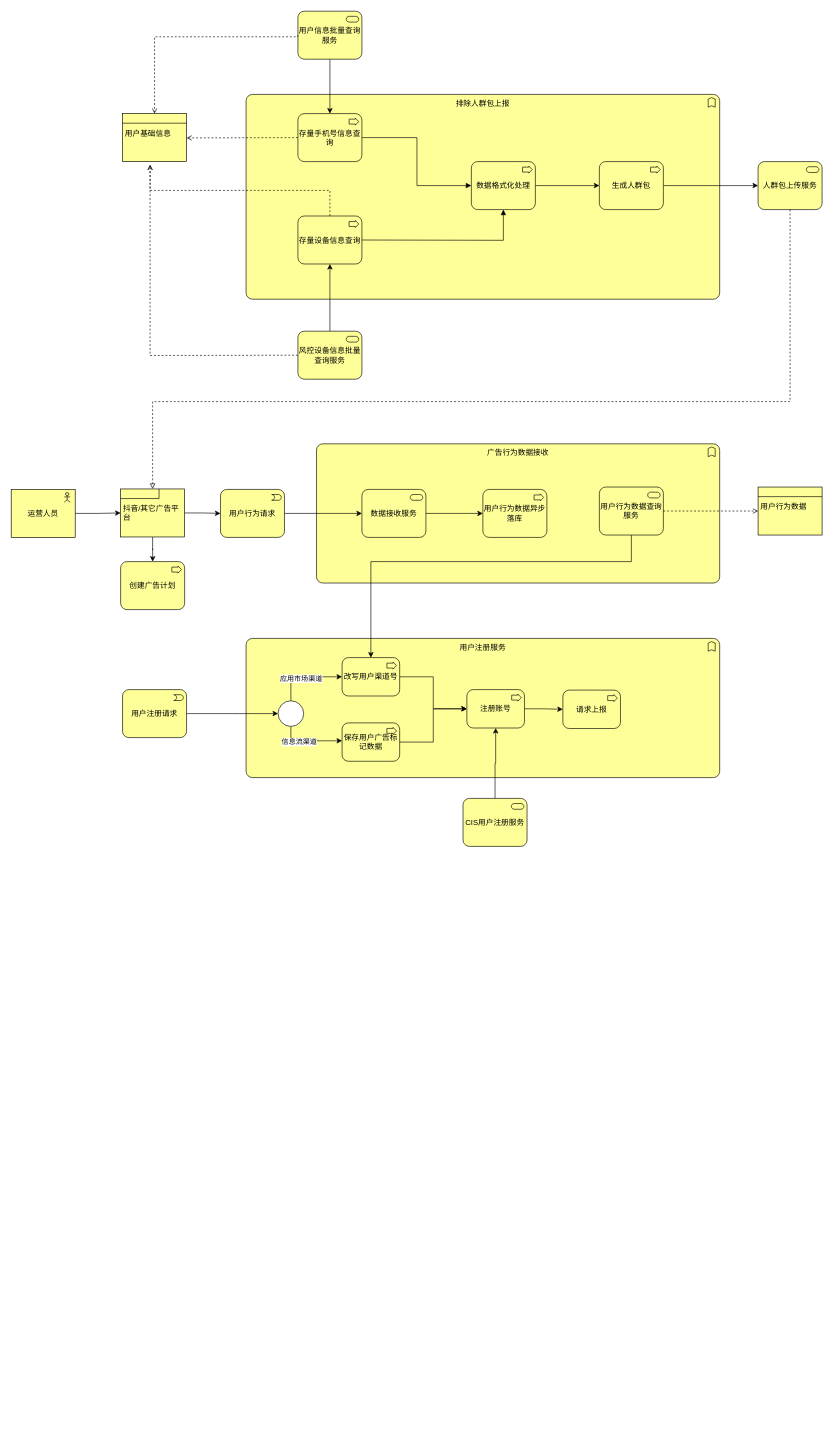
This is 广告投放-业务建模.drawio from yuanlj-tea/picgo, a draw.io file, before an edit. Source tidied: cells renumbered, new cells numbered last; positions are measured from the earlier drawing's top-left corner, leaving out a move shared by most shapes. Both pictures are drawn from the tidied source at 64%, with x=0, y=0 at pixel (11, 11).
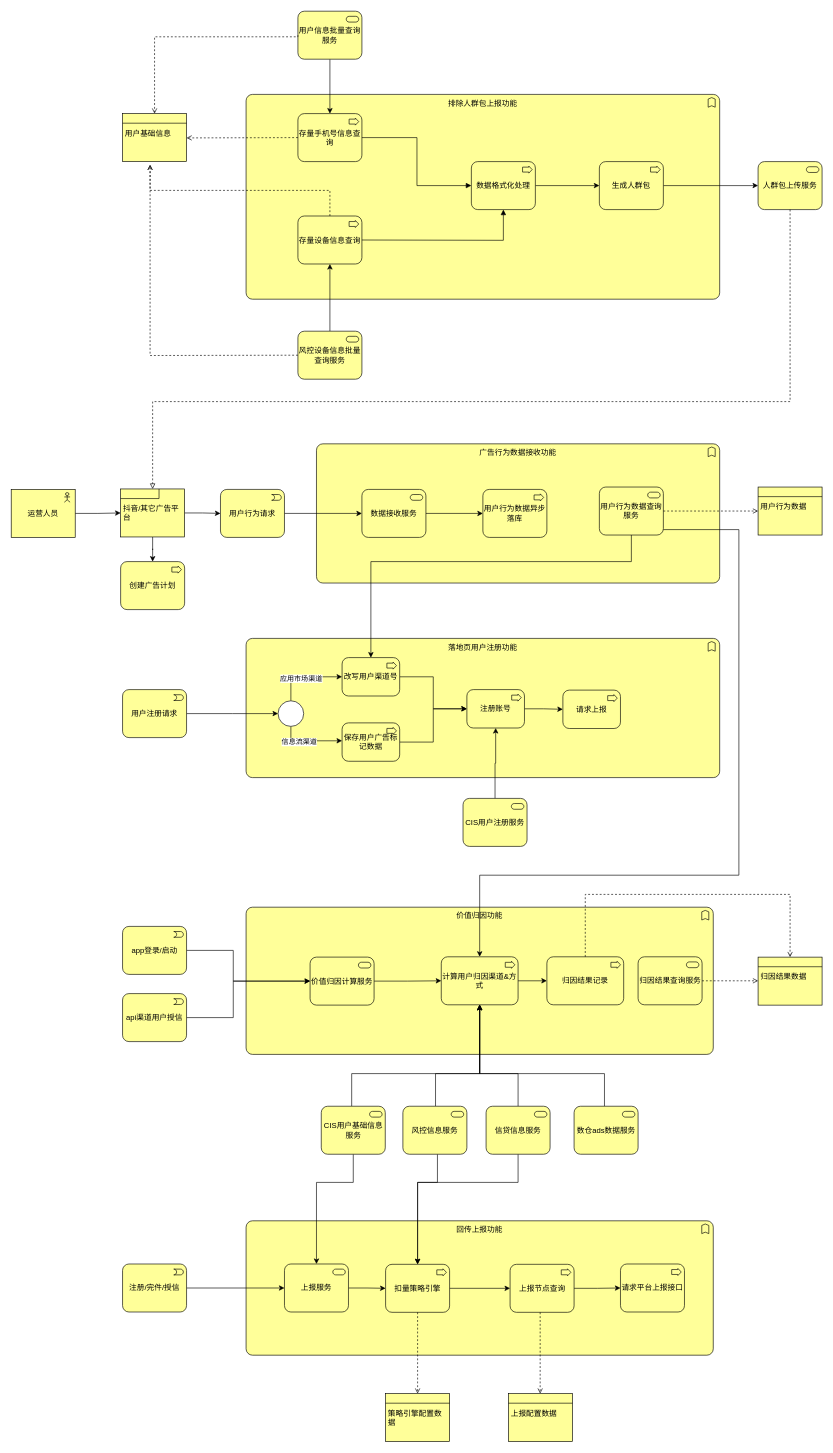
After the change.

Commit message:
更新广告投放-业务建模.drawio

Unchanged cells that the change refers to:
```xml
<mxCell id="30" value="用户行为数据查询服务" style="html=1;outlineConnect=0;whiteSpace=wrap;fillColor=#ffff99;shape=mxgraph.archimate.business;busType=service;" parent="1" vertex="1">
  <mxGeometry x="919" y="743.5" width="100" height="75" as="geometry" />
</mxCell>
```

Change to the diagram source:
```diff
@@
+    <mxCell id="55" value="回传上报功能" style="html=1;whiteSpace=wrap;fillColor=#ffff99;shape=mxgraph.archimate.business;busType=function;verticalAlign=top;" parent="1" vertex="1">
+      <mxGeometry x="367" y="1890" width="730" height="210" as="geometry" />
+    </mxCell>
+    <mxCell id="56" value="价值归因功能" style="html=1;whiteSpace=wrap;fillColor=#ffff99;shape=mxgraph.archimate.business;busType=function;verticalAlign=top;" parent="1" vertex="1">
+      <mxGeometry x="367" y="1400" width="730" height="230" as="geometry" />
+    </mxCell>
-    <mxCell id="2" value="&lt;div style=&quot;&quot;&gt;&lt;span style=&quot;background-color: initial;&quot;&gt;排除人群包上报&lt;/span&gt;&lt;/div&gt;" style="html=1;whiteSpace=wrap;fillColor=#ffff99;shape=mxgraph.archimate.business;busType=function;align=center;verticalAlign=top;" parent="1" vertex="1">
+    <mxCell id="2" value="&lt;div style=&quot;&quot;&gt;&lt;span style=&quot;background-color: initial;&quot;&gt;排除人群包上报功能&lt;/span&gt;&lt;/div&gt;" style="html=1;whiteSpace=wrap;fillColor=#ffff99;shape=mxgraph.archimate.business;busType=function;align=center;verticalAlign=top;" parent="1" vertex="1">
       <mxGeometry x="367" y="130" width="740" height="320" as="geometry" />
     </mxCell>
@@
-    <mxCell id="24" value="广告行为数据接收" style="html=1;whiteSpace=wrap;fillColor=#ffff99;shape=mxgraph.archimate.business;busType=function;verticalAlign=top;" parent="1" vertex="1">
+    <mxCell id="24" value="广告行为数据接收功能" style="html=1;whiteSpace=wrap;fillColor=#ffff99;shape=mxgraph.archimate.business;busType=function;verticalAlign=top;" parent="1" vertex="1">
       <mxGeometry x="477" y="676" width="630" height="217.5" as="geometry" />
     </mxCell>
@@
-    <mxCell id="32" value="用户注册服务" style="html=1;whiteSpace=wrap;fillColor=#ffff99;shape=mxgraph.archimate.business;busType=function;verticalAlign=top;" parent="1" vertex="1">
+    <mxCell id="32" value="落地页用户注册功能" style="html=1;whiteSpace=wrap;fillColor=#ffff99;shape=mxgraph.archimate.business;busType=function;verticalAlign=top;" parent="1" vertex="1">
       <mxGeometry x="367" y="980" width="740" height="217.5" as="geometry" />
     </mxCell>
@@
+    <mxCell id="57" style="edgeStyle=orthogonalEdgeStyle;rounded=0;jettySize=auto;html=1;entryX=0.5;entryY=0;entryDx=0;entryDy=0;entryPerimeter=0;" parent="1" edge="1" source="30" target="65">
+      <mxGeometry relative="1" as="geometry">
+        <Array as="points">
+          <mxPoint x="1137" y="810" />
+          <mxPoint x="1137" y="1350" />
+          <mxPoint x="732" y="1350" />
+        </Array>
+      </mxGeometry>
+    </mxCell>
@@
+    <mxCell id="58" style="edgeStyle=orthogonalEdgeStyle;rounded=0;jettySize=auto;html=1;entryX=0;entryY=0.5;entryDx=0;entryDy=0;entryPerimeter=0;" parent="1" edge="1" source="59" target="63">
+      <mxGeometry relative="1" as="geometry">
+        <Array as="points">
+          <mxPoint x="347" y="1468" />
+          <mxPoint x="347" y="1516" />
+        </Array>
+      </mxGeometry>
+    </mxCell>
+    <mxCell id="59" value="app登录/启动" style="html=1;outlineConnect=0;whiteSpace=wrap;fillColor=#ffff99;shape=mxgraph.archimate.business;busType=event;" parent="1" vertex="1">
+      <mxGeometry x="174" y="1430" width="100" height="75" as="geometry" />
+    </mxCell>
+    <mxCell id="60" style="edgeStyle=orthogonalEdgeStyle;rounded=0;jettySize=auto;html=1;entryX=0;entryY=0.5;entryDx=0;entryDy=0;entryPerimeter=0;" parent="1" edge="1" source="61" target="63">
+      <mxGeometry relative="1" as="geometry">
+        <Array as="points">
+          <mxPoint x="347" y="1573" />
+          <mxPoint x="347" y="1516" />
+        </Array>
+      </mxGeometry>
+    </mxCell>
+    <mxCell id="61" value="api渠道用户授信" style="html=1;outlineConnect=0;whiteSpace=wrap;fillColor=#ffff99;shape=mxgraph.archimate.business;busType=event;" parent="1" vertex="1">
+      <mxGeometry x="174" y="1535" width="100" height="75" as="geometry" />
+    </mxCell>
+    <mxCell id="62" style="edgeStyle=orthogonalEdgeStyle;rounded=0;jettySize=auto;html=1;" parent="1" edge="1" source="63" target="65">
+      <mxGeometry relative="1" as="geometry" />
+    </mxCell>
+    <mxCell id="63" value="价值归因计算服务" style="html=1;outlineConnect=0;whiteSpace=wrap;fillColor=#ffff99;shape=mxgraph.archimate.business;busType=service;" parent="1" vertex="1">
+      <mxGeometry x="467" y="1478" width="100" height="75" as="geometry" />
+    </mxCell>
+    <mxCell id="64" style="edgeStyle=orthogonalEdgeStyle;rounded=0;jettySize=auto;html=1;" parent="1" edge="1" source="65" target="78">
+      <mxGeometry relative="1" as="geometry" />
+    </mxCell>
+    <mxCell id="65" value="计算用户归因渠道&amp;amp;方式" style="html=1;outlineConnect=0;whiteSpace=wrap;fillColor=#ffff99;shape=mxgraph.archimate.business;busType=process;" parent="1" vertex="1">
+      <mxGeometry x="672" y="1477.5" width="120" height="75" as="geometry" />
+    </mxCell>
+    <mxCell id="66" style="edgeStyle=orthogonalEdgeStyle;rounded=0;jettySize=auto;html=1;" parent="1" edge="1" source="68" target="65">
+      <mxGeometry relative="1" as="geometry">
+        <Array as="points">
+          <mxPoint x="532" y="1660" />
+          <mxPoint x="732" y="1660" />
+        </Array>
+      </mxGeometry>
+    </mxCell>
+    <mxCell id="67" style="edgeStyle=orthogonalEdgeStyle;rounded=0;jettySize=auto;html=1;" parent="1" edge="1" source="68" target="85">
+      <mxGeometry relative="1" as="geometry">
+        <Array as="points">
+          <mxPoint x="535" y="1830" />
+          <mxPoint x="477" y="1830" />
+        </Array>
+      </mxGeometry>
+    </mxCell>
+    <mxCell id="68" value="CIS用户基础信息服务" style="html=1;outlineConnect=0;whiteSpace=wrap;fillColor=#ffff99;shape=mxgraph.archimate.business;busType=service;" parent="1" vertex="1">
+      <mxGeometry x="484.5" y="1711" width="100" height="75" as="geometry" />
+    </mxCell>
+    <mxCell id="69" style="edgeStyle=orthogonalEdgeStyle;rounded=0;jettySize=auto;html=1;entryX=0.5;entryY=1;entryDx=0;entryDy=0;entryPerimeter=0;" parent="1" edge="1" source="71" target="65">
+      <mxGeometry relative="1" as="geometry">
+        <Array as="points">
+          <mxPoint x="663" y="1660" />
+          <mxPoint x="732" y="1660" />
+        </Array>
+      </mxGeometry>
+    </mxCell>
+    <mxCell id="70" style="edgeStyle=orthogonalEdgeStyle;rounded=0;jettySize=auto;html=1;entryX=0.5;entryY=0;entryDx=0;entryDy=0;entryPerimeter=0;" parent="1" edge="1" source="71" target="87">
+      <mxGeometry relative="1" as="geometry">
+        <Array as="points">
+          <mxPoint x="666" y="1830" />
+          <mxPoint x="635" y="1830" />
+        </Array>
+      </mxGeometry>
+    </mxCell>
+    <mxCell id="71" value="风控信息服务" style="html=1;outlineConnect=0;whiteSpace=wrap;fillColor=#ffff99;shape=mxgraph.archimate.business;busType=service;" parent="1" vertex="1">
+      <mxGeometry x="612" y="1711" width="100" height="75" as="geometry" />
+    </mxCell>
+    <mxCell id="72" style="edgeStyle=orthogonalEdgeStyle;rounded=0;jettySize=auto;html=1;" parent="1" edge="1" source="74" target="65">
+      <mxGeometry relative="1" as="geometry">
+        <Array as="points">
+          <mxPoint x="792" y="1660" />
+          <mxPoint x="732" y="1660" />
+        </Array>
+      </mxGeometry>
+    </mxCell>
+    <mxCell id="73" style="edgeStyle=orthogonalEdgeStyle;rounded=0;jettySize=auto;html=1;entryX=0.5;entryY=0;entryDx=0;entryDy=0;entryPerimeter=0;" parent="1" edge="1" source="74" target="87">
+      <mxGeometry relative="1" as="geometry">
+        <Array as="points">
+          <mxPoint x="792" y="1830" />
+          <mxPoint x="635" y="1830" />
+        </Array>
+      </mxGeometry>
+    </mxCell>
+    <mxCell id="74" value="信贷信息服务" style="html=1;outlineConnect=0;whiteSpace=wrap;fillColor=#ffff99;shape=mxgraph.archimate.business;busType=service;" parent="1" vertex="1">
+      <mxGeometry x="742" y="1711" width="100" height="75" as="geometry" />
+    </mxCell>
+    <mxCell id="75" style="edgeStyle=orthogonalEdgeStyle;rounded=0;jettySize=auto;html=1;entryX=0.5;entryY=1;entryDx=0;entryDy=0;entryPerimeter=0;" parent="1" edge="1" source="76" target="65">
+      <mxGeometry relative="1" as="geometry">
+        <Array as="points">
+          <mxPoint x="927" y="1660" />
+          <mxPoint x="732" y="1660" />
+        </Array>
+      </mxGeometry>
+    </mxCell>
+    <mxCell id="76" value="数仓ads数据服务" style="html=1;outlineConnect=0;whiteSpace=wrap;fillColor=#ffff99;shape=mxgraph.archimate.business;busType=service;" parent="1" vertex="1">
+      <mxGeometry x="879.5" y="1711" width="100" height="75" as="geometry" />
+    </mxCell>
+    <mxCell id="77" value="归因结果查询服务" style="html=1;outlineConnect=0;whiteSpace=wrap;fillColor=#ffff99;shape=mxgraph.archimate.business;busType=service;" parent="1" vertex="1">
+      <mxGeometry x="979.5" y="1477.5" width="100" height="75" as="geometry" />
+    </mxCell>
+    <mxCell id="78" value="归因结果记录" style="html=1;outlineConnect=0;whiteSpace=wrap;fillColor=#ffff99;shape=mxgraph.archimate.business;busType=process;" parent="1" vertex="1">
+      <mxGeometry x="837" y="1477.5" width="120" height="75" as="geometry" />
+    </mxCell>
+    <mxCell id="79" value="&lt;table cellpadding=&quot;0&quot; cellspacing=&quot;0&quot; style=&quot;font-size:1em;width:100%;height:100%;&quot;&gt;&lt;tbody&gt;&lt;tr style=&quot;height:20px;&quot;&gt;&lt;td align=&quot;center&quot;&gt;&lt;/td&gt;&lt;/tr&gt;&lt;tr&gt;&lt;td align=&quot;left&quot; valign=&quot;top&quot; style=&quot;padding:4px;&quot;&gt;归因结果数据&lt;/td&gt;&lt;/tr&gt;&lt;/tbody&gt;&lt;/table&gt;" style="html=1;outlineConnect=0;whiteSpace=wrap;fillColor=#ffff99;shape=mxgraph.archimate.businessObject;overflow=fill;" parent="1" vertex="1">
+      <mxGeometry x="1167" y="1478" width="100" height="75" as="geometry" />
+    </mxCell>
+    <mxCell id="80" style="edgeStyle=elbowEdgeStyle;html=1;endArrow=open;elbow=vertical;endFill=1;dashed=1;rounded=0;exitX=1;exitY=0.5;exitDx=0;exitDy=0;exitPerimeter=0;entryX=0;entryY=0.5;entryDx=0;entryDy=0;entryPerimeter=0;" parent="1" edge="1" source="77" target="79">
+      <mxGeometry relative="1" as="geometry" />
+    </mxCell>
+    <mxCell id="81" style="edgeStyle=elbowEdgeStyle;html=1;endArrow=open;elbow=vertical;endFill=1;dashed=1;rounded=0;exitX=0.5;exitY=0;exitDx=0;exitDy=0;exitPerimeter=0;entryX=0.5;entryY=0;entryDx=0;entryDy=0;entryPerimeter=0;" parent="1" edge="1" source="78" target="79">
+      <mxGeometry relative="1" as="geometry">
+        <Array as="points">
+          <mxPoint x="1057" y="1380" />
+        </Array>
+      </mxGeometry>
+    </mxCell>
+    <mxCell id="82" style="edgeStyle=orthogonalEdgeStyle;rounded=0;jettySize=auto;html=1;entryX=0;entryY=0.5;entryDx=0;entryDy=0;entryPerimeter=0;" parent="1" edge="1" source="83" target="85">
+      <mxGeometry relative="1" as="geometry" />
+    </mxCell>
+    <mxCell id="83" value="注册/完件/授信" style="html=1;outlineConnect=0;whiteSpace=wrap;fillColor=#ffff99;shape=mxgraph.archimate.business;busType=event;" parent="1" vertex="1">
+      <mxGeometry x="174" y="1957.5" width="100" height="75" as="geometry" />
+    </mxCell>
+    <mxCell id="84" style="edgeStyle=orthogonalEdgeStyle;rounded=0;jettySize=auto;html=1;" parent="1" edge="1" source="85" target="87">
+      <mxGeometry relative="1" as="geometry" />
+    </mxCell>
+    <mxCell id="85" value="上报服务" style="html=1;outlineConnect=0;whiteSpace=wrap;fillColor=#ffff99;shape=mxgraph.archimate.business;busType=service;" parent="1" vertex="1">
+      <mxGeometry x="427" y="1957.5" width="100" height="75" as="geometry" />
+    </mxCell>
+    <mxCell id="86" style="edgeStyle=orthogonalEdgeStyle;rounded=0;jettySize=auto;html=1;entryX=0;entryY=0.5;entryDx=0;entryDy=0;entryPerimeter=0;" parent="1" edge="1" source="87" target="91">
+      <mxGeometry relative="1" as="geometry" />
+    </mxCell>
+    <mxCell id="87" value="扣量策略引擎" style="html=1;outlineConnect=0;whiteSpace=wrap;fillColor=#ffff99;shape=mxgraph.archimate.business;busType=process;" parent="1" vertex="1">
+      <mxGeometry x="585" y="1958" width="100" height="75" as="geometry" />
+    </mxCell>
+    <mxCell id="88" value="&lt;table cellpadding=&quot;0&quot; cellspacing=&quot;0&quot; style=&quot;font-size:1em;width:100%;height:100%;&quot;&gt;&lt;tbody&gt;&lt;tr style=&quot;height:20px;&quot;&gt;&lt;td align=&quot;center&quot;&gt;&lt;/td&gt;&lt;/tr&gt;&lt;tr&gt;&lt;td align=&quot;left&quot; valign=&quot;top&quot; style=&quot;padding:4px;&quot;&gt;策略引擎配置数据&lt;/td&gt;&lt;/tr&gt;&lt;/tbody&gt;&lt;/table&gt;" style="html=1;outlineConnect=0;whiteSpace=wrap;fillColor=#ffff99;shape=mxgraph.archimate.businessObject;overflow=fill;" parent="1" vertex="1">
+      <mxGeometry x="585" y="2160" width="100" height="75" as="geometry" />
+    </mxCell>
+    <mxCell id="89" style="edgeStyle=elbowEdgeStyle;html=1;endArrow=open;elbow=vertical;endFill=1;dashed=1;rounded=0;entryX=0.5;entryY=0;entryDx=0;entryDy=0;entryPerimeter=0;exitX=0.5;exitY=1;exitDx=0;exitDy=0;exitPerimeter=0;" parent="1" edge="1" source="87" target="88">
+      <mxGeometry relative="1" as="geometry" />
+    </mxCell>
+    <mxCell id="90" style="edgeStyle=orthogonalEdgeStyle;rounded=0;jettySize=auto;html=1;entryX=0;entryY=0.5;entryDx=0;entryDy=0;entryPerimeter=0;" parent="1" edge="1" source="91" target="94">
+      <mxGeometry relative="1" as="geometry" />
+    </mxCell>
+    <mxCell id="91" value="上报节点查询" style="html=1;outlineConnect=0;whiteSpace=wrap;fillColor=#ffff99;shape=mxgraph.archimate.business;busType=process;" parent="1" vertex="1">
+      <mxGeometry x="779.5" y="1958" width="100" height="75" as="geometry" />
+    </mxCell>
+    <mxCell id="92" value="&lt;table cellpadding=&quot;0&quot; cellspacing=&quot;0&quot; style=&quot;font-size:1em;width:100%;height:100%;&quot;&gt;&lt;tbody&gt;&lt;tr style=&quot;height:20px;&quot;&gt;&lt;td align=&quot;center&quot;&gt;&lt;/td&gt;&lt;/tr&gt;&lt;tr&gt;&lt;td align=&quot;left&quot; valign=&quot;top&quot; style=&quot;padding:4px;&quot;&gt;上报配置数据&lt;/td&gt;&lt;/tr&gt;&lt;/tbody&gt;&lt;/table&gt;" style="html=1;whiteSpace=wrap;fillColor=#ffff99;shape=mxgraph.archimate.businessObject;overflow=fill;" parent="1" vertex="1">
+      <mxGeometry x="777" y="2160" width="100" height="75" as="geometry" />
+    </mxCell>
+    <mxCell id="93" style="edgeStyle=elbowEdgeStyle;html=1;endArrow=open;elbow=vertical;endFill=1;dashed=1;rounded=0;entryX=0.5;entryY=0;entryDx=0;entryDy=0;entryPerimeter=0;exitX=0.5;exitY=1;exitDx=0;exitDy=0;exitPerimeter=0;" parent="1" edge="1">
+      <mxGeometry relative="1" as="geometry">
+        <mxPoint x="826.5" y="2033" as="sourcePoint" />
+        <mxPoint x="826.5" y="2160" as="targetPoint" />
+        <Array as="points">
+          <mxPoint x="867" y="2097" />
+        </Array>
+      </mxGeometry>
+    </mxCell>
+    <mxCell id="94" value="请求平台上报接口" style="html=1;outlineConnect=0;whiteSpace=wrap;fillColor=#ffff99;shape=mxgraph.archimate.business;busType=process;" parent="1" vertex="1">
+      <mxGeometry x="952" y="1957.5" width="100" height="75" as="geometry" />
+    </mxCell>
```
